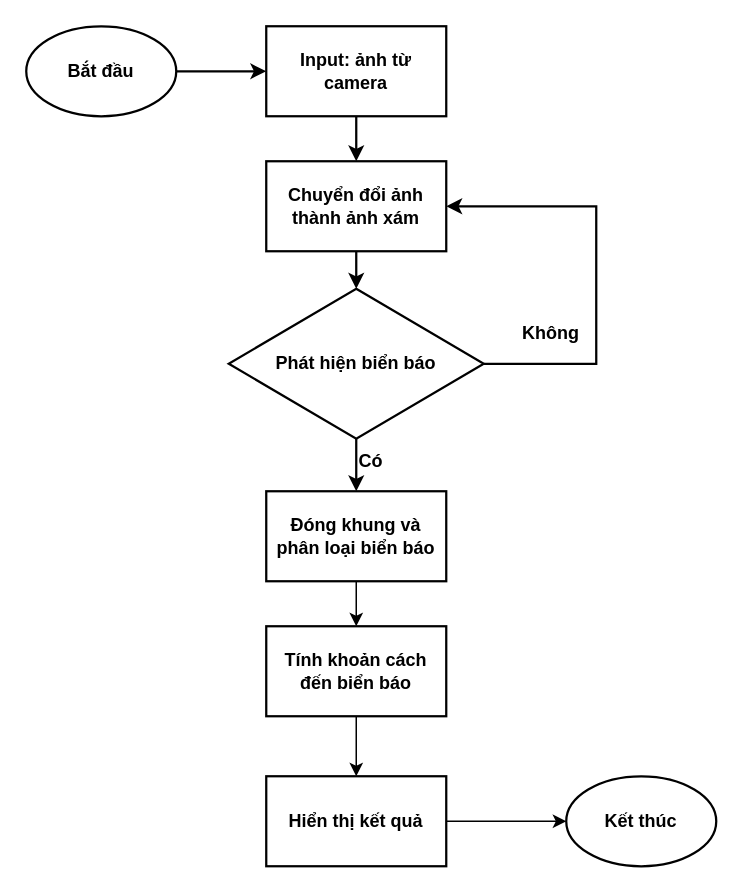
Above: de.drawio in vuconfused/NotesApp (draw.io), before the change. Source tidied: cells renumbered, new cells numbered last; positions are measured from the earlier drawing's top-left corner, leaving out a move shared by most shapes. Both pictures are drawn from the tidied source at 150%, with x=0, y=0 at pixel (26, 26).
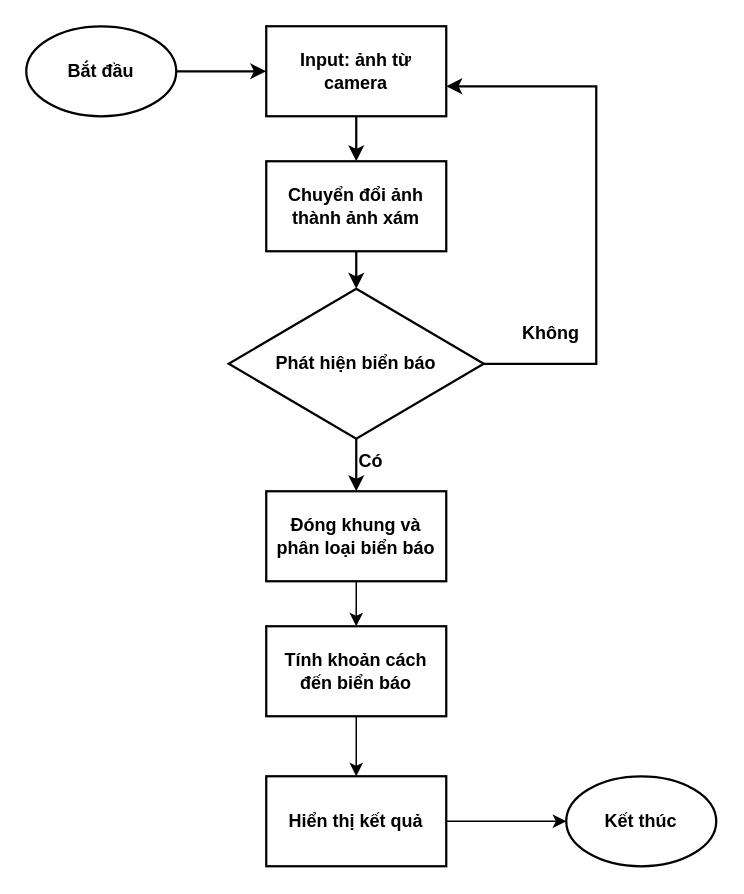
Above is the later version.

Commit message:
Cập nhật de.drawio

The change refers to these unchanged cells:
```xml
<mxCell id="7" value="Chuyển đổi ảnh thành ảnh xám" style="rounded=0;whiteSpace=wrap;html=1;strokeWidth=1.5;fontStyle=1;" parent="1" vertex="1">
  <mxGeometry x="160" y="90" width="120" height="60" as="geometry" />
</mxCell>
<mxCell id="10" value="Phát hiện biển báo" style="rhombus;whiteSpace=wrap;html=1;strokeWidth=1.5;fontStyle=1;" parent="1" vertex="1">
  <mxGeometry x="135" y="175" width="170" height="100" as="geometry" />
</mxCell>
```

What changed in the source:
```diff
@@
-    <mxCell id="8" style="edgeStyle=orthogonalEdgeStyle;rounded=0;jettySize=auto;html=1;entryX=1;entryY=0.5;entryDx=0;entryDy=0;strokeWidth=1.5;fontStyle=1;" parent="1" edge="1" source="10" target="7">
+    <mxCell id="8" style="edgeStyle=orthogonalEdgeStyle;rounded=0;jettySize=auto;html=1;strokeWidth=1.5;fontStyle=1;" parent="1" edge="1" source="10">
       <mxGeometry relative="1" as="geometry">
+        <mxPoint x="280" y="40" as="targetPoint" />
         <Array as="points">
           <mxPoint x="380" y="225" />
-          <mxPoint x="380" y="120" />
+          <mxPoint x="380" y="40" />
         </Array>
       </mxGeometry>
     </mxCell>
```
